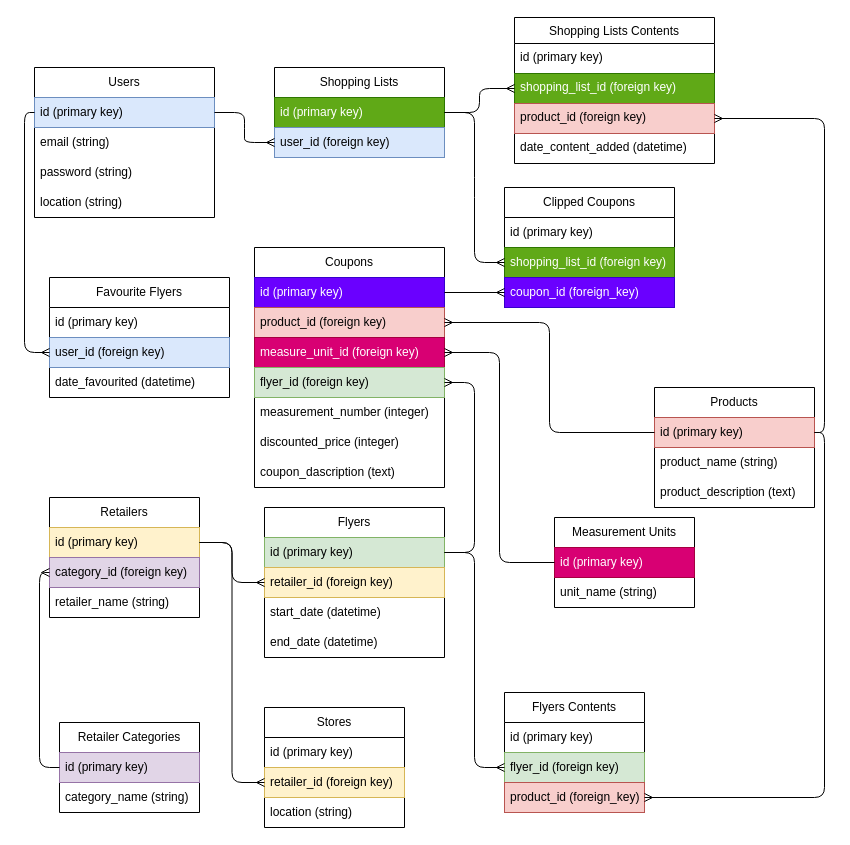
Before: relational_data_model.drawio in LaraCroftDev/flipp-app, a draw.io diagram. Source tidied: cells renumbered, new cells numbered last; positions are measured from the earlier drawing's top-left corner, leaving out a move shared by most shapes. Both pictures are drawn from the tidied source at 100%, with x=0, y=0 at pixel (34, 17).
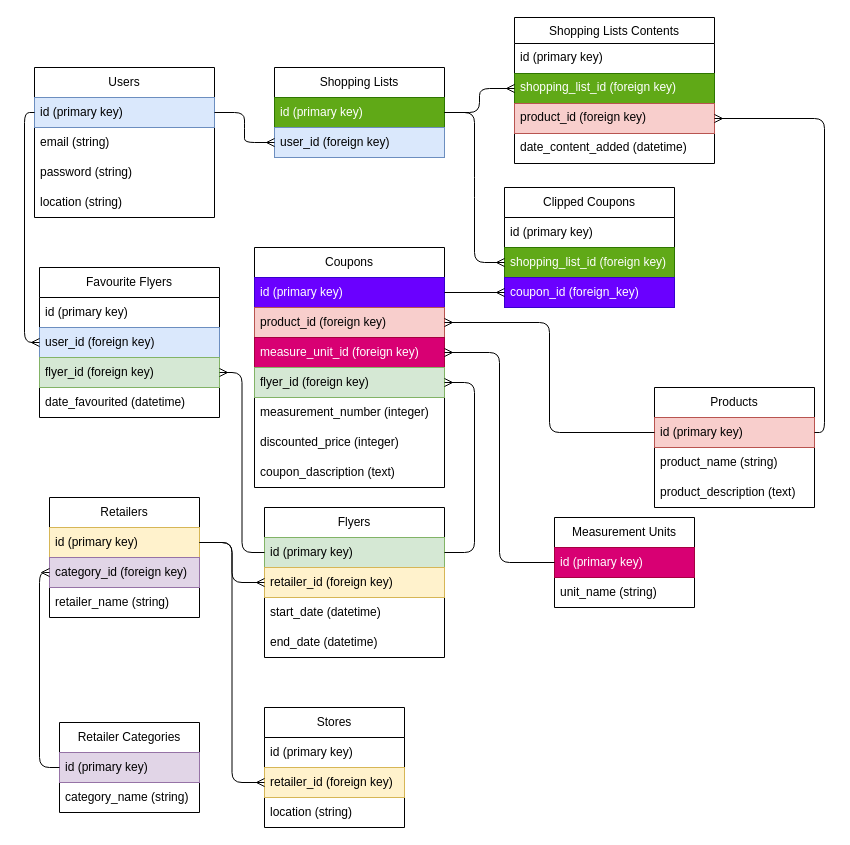
After the change.

The change refers to these unchanged cells:
```xml
<mxCell id="21" value="id (primary key)" style="text;strokeColor=#82b366;fillColor=#d5e8d4;align=left;verticalAlign=middle;spacingLeft=4;spacingRight=4;overflow=hidden;points=[[0,0.5],[1,0.5]];portConstraint=eastwest;whiteSpace=wrap;html=1;" parent="20" vertex="1">
  <mxGeometry y="30" width="180" height="30" as="geometry" />
</mxCell>
<mxCell id="27" value="id (primary key)" style="text;strokeColor=#b85450;fillColor=#f8cecc;align=left;verticalAlign=middle;spacingLeft=4;spacingRight=4;overflow=hidden;points=[[0,0.5],[1,0.5]];portConstraint=eastwest;whiteSpace=wrap;html=1;" parent="26" vertex="1">
  <mxGeometry y="30" width="160" height="30" as="geometry" />
</mxCell>
```

What changed in the source:
```diff
@@
     <mxCell id="59" value="Favourite Flyers" style="swimlane;fontStyle=0;horizontal=1;startSize=30;whiteSpace=wrap;html=1;" parent="1" vertex="1">
-      <mxGeometry x="15" y="260" width="180" height="120" as="geometry" />
+      <mxGeometry x="5" y="250" width="180" height="150" as="geometry" />
     </mxCell>
@@
-    <mxCell id="62" value="date_favourited (datetime)" style="text;strokeColor=none;fillColor=none;align=left;verticalAlign=middle;spacingLeft=4;spacingRight=4;overflow=hidden;points=[[0,0.5],[1,0.5]];portConstraint=eastwest;whiteSpace=wrap;html=1;" parent="59" vertex="1">
+    <mxCell id="62" value="flyer_id (foreign key)" style="text;strokeColor=#82b366;fillColor=#d5e8d4;align=left;verticalAlign=middle;spacingLeft=4;spacingRight=4;overflow=hidden;points=[[0,0.5],[1,0.5]];portConstraint=eastwest;whiteSpace=wrap;html=1;" parent="59" vertex="1">
       <mxGeometry y="90" width="180" height="30" as="geometry" />
     </mxCell>
+    <mxCell id="71" value="date_favourited (datetime)" style="text;strokeColor=none;fillColor=none;align=left;verticalAlign=middle;spacingLeft=4;spacingRight=4;overflow=hidden;whiteSpace=wrap;html=1;" parent="59" vertex="1">
+      <mxGeometry y="120" width="180" height="30" as="geometry" />
+    </mxCell>
@@
-    <mxCell id="64" value="Flyers Contents" style="swimlane;fontStyle=0;horizontal=1;startSize=30;whiteSpace=wrap;html=1;" parent="1" vertex="1">
-      <mxGeometry x="470" y="675" width="140" height="120" as="geometry" />
-    </mxCell>
-    <mxCell id="65" value="id (primary key)" style="text;strokeColor=none;fillColor=none;align=left;verticalAlign=middle;spacingLeft=4;spacingRight=4;overflow=hidden;whiteSpace=wrap;html=1;" parent="64" vertex="1">
-      <mxGeometry y="30" width="140" height="30" as="geometry" />
-    </mxCell>
-    <mxCell id="66" value="flyer_id (foreign key)" style="text;strokeColor=#82b366;fillColor=#d5e8d4;align=left;verticalAlign=middle;spacingLeft=4;spacingRight=4;overflow=hidden;points=[[0,0.5],[1,0.5]];portConstraint=eastwest;whiteSpace=wrap;html=1;" parent="64" vertex="1">
-      <mxGeometry y="60" width="140" height="30" as="geometry" />
-    </mxCell>
-    <mxCell id="67" value="product_id (foreign_key)" style="text;strokeColor=#b85450;fillColor=#f8cecc;align=left;verticalAlign=middle;spacingLeft=4;spacingRight=4;overflow=hidden;points=[[0,0.5],[1,0.5]];portConstraint=eastwest;whiteSpace=wrap;html=1;" parent="64" vertex="1">
-      <mxGeometry y="90" width="140" height="30" as="geometry" />
-    </mxCell>
-    <mxCell id="68" style="edgeStyle=entityRelationEdgeStyle;fontSize=12;html=1;endArrow=ERmany;entryX=0;entryY=0.5;entryDx=0;entryDy=0;exitX=1;exitY=0.5;exitDx=0;exitDy=0;" parent="1" edge="1" source="21" target="66">
-      <mxGeometry relative="1" as="geometry" />
-    </mxCell>
@@
-    <mxCell id="71" style="edgeStyle=orthogonalEdgeStyle;fontSize=12;html=1;endArrow=ERmany;entryX=1;entryY=0.5;entryDx=0;entryDy=0;exitX=1;exitY=0.5;exitDx=0;exitDy=0;" parent="1" edge="1" source="27" target="67">
-      <mxGeometry relative="1" as="geometry" />
-    </mxCell>
+    <mxCell id="72" style="edgeStyle=orthogonalEdgeStyle;fontSize=12;html=1;endArrow=ERmany;entryX=1;entryY=0.5;entryDx=0;entryDy=0;exitX=0;exitY=0.5;exitDx=0;exitDy=0;" parent="1" edge="1" source="21" target="62">
+      <mxGeometry relative="1" as="geometry" />
+    </mxCell>
```
